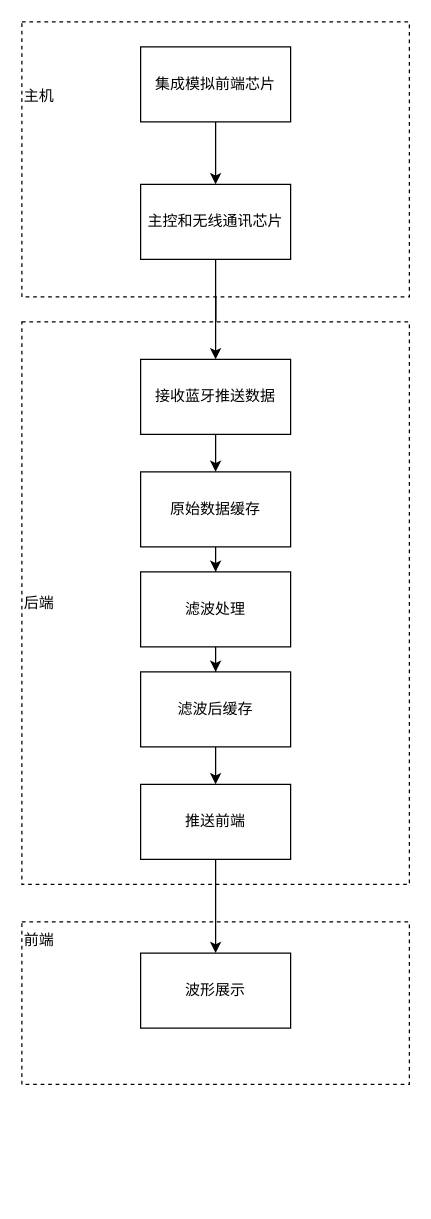
Before: 概念设计-数据流程图.drawio in yz360307/draw, a draw.io diagram. Source tidied: cells renumbered, new cells numbered last; positions are measured from the earlier drawing's top-left corner, leaving out a move shared by most shapes. Both pictures are drawn from the tidied source at 125%, with x=0, y=0 at pixel (21, 21).
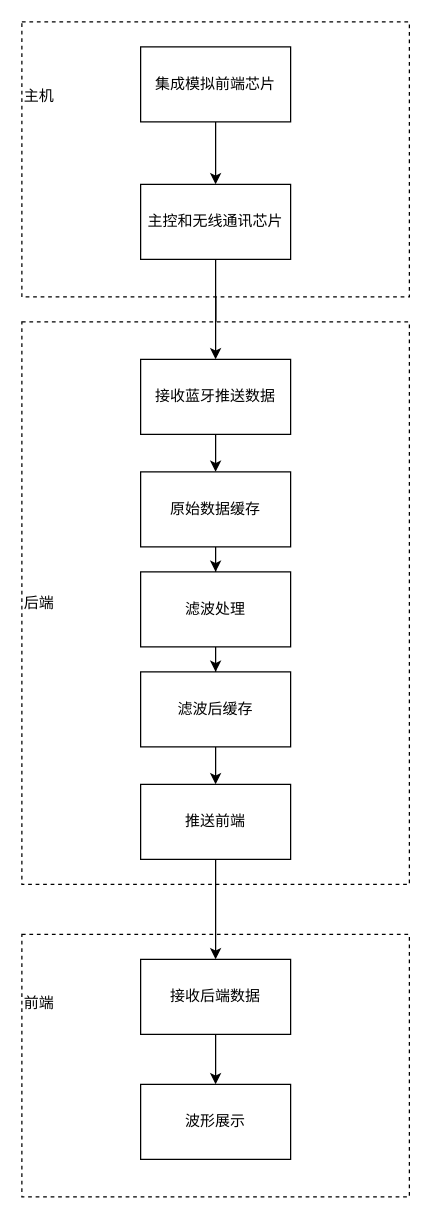
After the change.

Commit message:
更新概念设计-数据流程图.drawio

Unchanged cells that the change refers to:
```xml
<mxCell id="15" value="推送前端" style="whiteSpace=wrap;html=1;rounded=0;" parent="1" vertex="1">
  <mxGeometry x="95" y="610" width="120" height="60" as="geometry" />
</mxCell>
```

Diff of the diagram source:
```diff
@@
     <mxCell id="2" value="&lt;div align=&quot;left&quot;&gt;前端&lt;/div&gt;&lt;div align=&quot;left&quot;&gt;&lt;br&gt;&lt;/div&gt;&lt;div align=&quot;left&quot;&gt;&lt;br&gt;&lt;/div&gt;&lt;div align=&quot;left&quot;&gt;&lt;br&gt;&lt;/div&gt;&lt;div align=&quot;left&quot;&gt;&lt;br&gt;&lt;/div&gt;&lt;div align=&quot;left&quot;&gt;&lt;br&gt;&lt;/div&gt;&lt;div align=&quot;left&quot;&gt;&lt;br&gt;&lt;/div&gt;&lt;div align=&quot;left&quot;&gt;&lt;br&gt;&lt;/div&gt;" style="rounded=0;whiteSpace=wrap;html=1;align=left;dashed=1;" parent="1" vertex="1">
-      <mxGeometry y="720" width="310" height="130" as="geometry" />
+      <mxGeometry y="730" width="310" height="210" as="geometry" />
     </mxCell>
@@
-    <mxCell id="14" style="edgeStyle=orthogonalEdgeStyle;rounded=0;jettySize=auto;html=1;exitX=0.5;exitY=1;exitDx=0;exitDy=0;entryX=0.5;entryY=0;entryDx=0;entryDy=0;" parent="1" edge="1" source="15" target="16">
+    <mxCell id="14" style="edgeStyle=orthogonalEdgeStyle;rounded=0;jettySize=auto;html=1;exitX=0.5;exitY=1;exitDx=0;exitDy=0;" parent="1" edge="1" source="15" target="16">
       <mxGeometry relative="1" as="geometry" />
     </mxCell>
@@
+    <mxCell id="22" style="edgeStyle=orthogonalEdgeStyle;rounded=0;jettySize=auto;html=1;exitX=0.5;exitY=1;exitDx=0;exitDy=0;" parent="1" edge="1" source="16" target="23">
+      <mxGeometry relative="1" as="geometry" />
+    </mxCell>
-    <mxCell id="16" value="波形展示" style="rounded=0;whiteSpace=wrap;html=1;" parent="1" vertex="1">
-      <mxGeometry x="95" y="745" width="120" height="60" as="geometry" />
+    <mxCell id="16" value="接收后端数据" style="rounded=0;whiteSpace=wrap;html=1;" parent="1" vertex="1">
+      <mxGeometry x="95" y="750" width="120" height="60" as="geometry" />
     </mxCell>
@@
+    <mxCell id="23" value="波形展示" style="rounded=0;whiteSpace=wrap;html=1;" parent="1" vertex="1">
+      <mxGeometry x="95" y="850" width="120" height="60" as="geometry" />
+    </mxCell>
```
